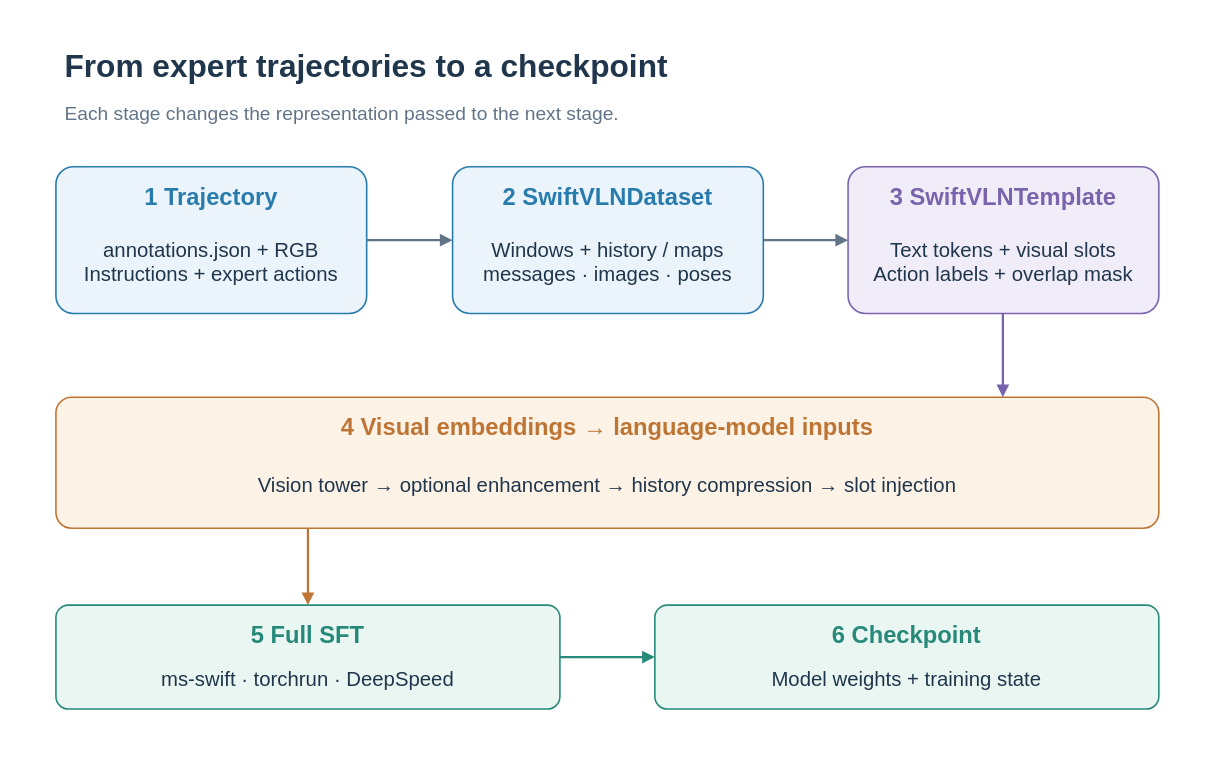
This is docs/assets/workflows/training-flow.en-US.drawio from Eku127/SwiftVLN, a draw.io file, before an edit. Source tidied: cells renumbered, new cells numbered last; positions are measured from the earlier drawing's top-left corner, leaving out a move shared by most shapes. Both pictures are drawn from the tidied source at 113%, with x=0, y=0 at pixel (19, 19).
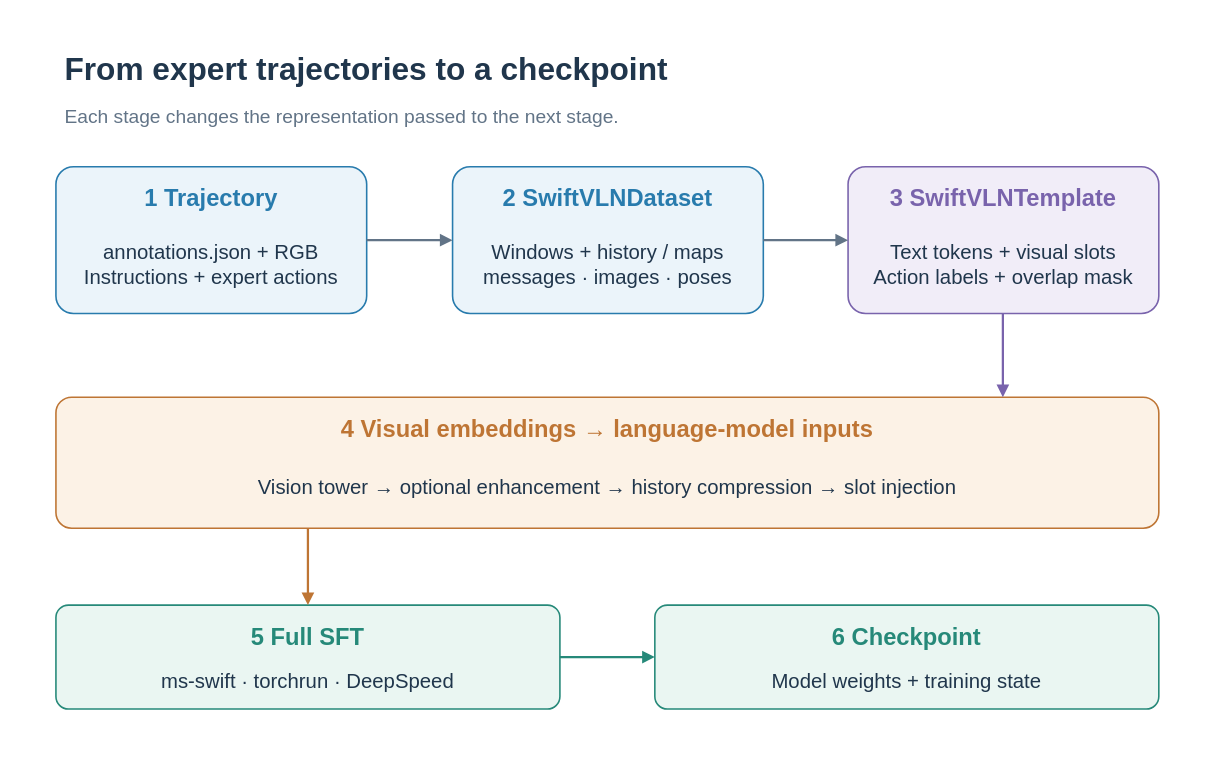
Above is the later version.

The edit, as a diff of the source:
```diff
@@
-    <mxCell id="2" style="rounded=0;arcSize=12;whiteSpace=wrap;html=0;fillColor=#FFFFFF;strokeColor=none;strokeWidth=1.4;fontColor=#20364C;fontFamily=Arial;fontSize=19;fontStyle=0;align=center;verticalAlign=middle;spacing=8;" parent="1" vertex="1">
+    <mxCell id="2" style="rounded=0;arcSize=12;whiteSpace=nowrap;html=0;fillColor=#FFFFFF;strokeColor=none;strokeWidth=1.4;fontColor=#20364C;fontFamily=Arial;fontSize=19;fontStyle=0;align=center;verticalAlign=middle;spacing=8;" parent="1" vertex="1">
       <mxGeometry width="1040" height="650" as="geometry" />
     </mxCell>
-    <mxCell id="3" value="From expert trajectories to a checkpoint" style="rounded=0;arcSize=12;whiteSpace=wrap;html=0;fillColor=none;strokeColor=none;strokeWidth=1.4;fontColor=#20364C;fontFamily=Arial;fontSize=28;fontStyle=1;align=left;verticalAlign=middle;spacing=8;" parent="1" vertex="1">
+    <mxCell id="3" value="From expert trajectories to a checkpoint" style="rounded=0;arcSize=12;whiteSpace=nowrap;html=0;fillColor=none;strokeColor=none;strokeWidth=1.4;fontColor=#20364C;fontFamily=Arial;fontSize=28;fontStyle=1;align=left;verticalAlign=middle;spacing=8;" parent="1" vertex="1">
       <mxGeometry x="32" y="22" width="970" height="38" as="geometry" />
     </mxCell>
-    <mxCell id="4" value="Each stage changes the representation passed to the next stage." style="rounded=0;arcSize=12;whiteSpace=wrap;html=0;fillColor=none;strokeColor=none;strokeWidth=1.4;fontColor=#627487;fontFamily=Arial;fontSize=17;fontStyle=0;align=left;verticalAlign=middle;spacing=8;" parent="1" vertex="1">
+    <mxCell id="4" value="Each stage changes the representation passed to the next stage." style="rounded=0;arcSize=12;whiteSpace=nowrap;html=0;fillColor=none;strokeColor=none;strokeWidth=1.4;fontColor=#627487;fontFamily=Arial;fontSize=17;fontStyle=0;align=left;verticalAlign=middle;spacing=8;" parent="1" vertex="1">
       <mxGeometry x="32" y="67" width="970" height="34" as="geometry" />
     </mxCell>
-    <mxCell id="5" style="rounded=1;arcSize=12;whiteSpace=wrap;html=0;fillColor=#EBF4FA;strokeColor=#287BAD;strokeWidth=1.4;fontColor=#20364C;fontFamily=Arial;fontSize=19;fontStyle=0;align=center;verticalAlign=middle;spacing=8;" parent="1" vertex="1">
+    <mxCell id="5" style="rounded=1;arcSize=12;whiteSpace=nowrap;html=0;fillColor=#EBF4FA;strokeColor=#287BAD;strokeWidth=1.4;fontColor=#20364C;fontFamily=Arial;fontSize=19;fontStyle=0;align=center;verticalAlign=middle;spacing=8;" parent="1" vertex="1">
       <mxGeometry x="32" y="130" width="275" height="130" as="geometry" />
     </mxCell>
-    <mxCell id="6" value="1  Trajectory" style="rounded=0;arcSize=12;whiteSpace=wrap;html=0;fillColor=none;strokeColor=none;strokeWidth=1.4;fontColor=#287BAD;fontFamily=Arial;fontSize=21;fontStyle=1;align=center;verticalAlign=middle;spacing=8;" parent="1" vertex="1">
+    <mxCell id="6" value="1  Trajectory" style="rounded=0;arcSize=12;whiteSpace=nowrap;html=0;fillColor=none;strokeColor=none;strokeWidth=1.4;fontColor=#287BAD;fontFamily=Arial;fontSize=21;fontStyle=1;align=center;verticalAlign=middle;spacing=8;" parent="1" vertex="1">
       <mxGeometry x="42" y="140" width="255" height="32" as="geometry" />
     </mxCell>
-    <mxCell id="7" value="annotations.json + RGB&#10;Instructions + expert actions" style="rounded=0;arcSize=12;whiteSpace=wrap;html=0;fillColor=none;strokeColor=none;strokeWidth=1.4;fontColor=#20364C;fontFamily=Arial;fontSize=18;fontStyle=0;align=center;verticalAlign=middle;spacing=8;" parent="1" vertex="1">
+    <mxCell id="7" value="annotations.json + RGB&#10;Instructions + expert actions" style="rounded=0;arcSize=12;whiteSpace=nowrap;html=0;fillColor=none;strokeColor=none;strokeWidth=1.4;fontColor=#20364C;fontFamily=Arial;fontSize=18;fontStyle=0;align=center;verticalAlign=middle;spacing=8;" parent="1" vertex="1">
       <mxGeometry x="42" y="176" width="255" height="78" as="geometry" />
     </mxCell>
-    <mxCell id="8" style="rounded=1;arcSize=12;whiteSpace=wrap;html=0;fillColor=#EBF4FA;strokeColor=#287BAD;strokeWidth=1.4;fontColor=#20364C;fontFamily=Arial;fontSize=19;fontStyle=0;align=center;verticalAlign=middle;spacing=8;" parent="1" vertex="1">
+    <mxCell id="8" style="rounded=1;arcSize=12;whiteSpace=nowrap;html=0;fillColor=#EBF4FA;strokeColor=#287BAD;strokeWidth=1.4;fontColor=#20364C;fontFamily=Arial;fontSize=19;fontStyle=0;align=center;verticalAlign=middle;spacing=8;" parent="1" vertex="1">
       <mxGeometry x="383" y="130" width="275" height="130" as="geometry" />
     </mxCell>
-    <mxCell id="9" value="2  SwiftVLNDataset" style="rounded=0;arcSize=12;whiteSpace=wrap;html=0;fillColor=none;strokeColor=none;strokeWidth=1.4;fontColor=#287BAD;fontFamily=Arial;fontSize=21;fontStyle=1;align=center;verticalAlign=middle;spacing=8;" parent="1" vertex="1">
+    <mxCell id="9" value="2  SwiftVLNDataset" style="rounded=0;arcSize=12;whiteSpace=nowrap;html=0;fillColor=none;strokeColor=none;strokeWidth=1.4;fontColor=#287BAD;fontFamily=Arial;fontSize=21;fontStyle=1;align=center;verticalAlign=middle;spacing=8;" parent="1" vertex="1">
       <mxGeometry x="393" y="140" width="255" height="32" as="geometry" />
     </mxCell>
-    <mxCell id="10" value="Windows + history / maps&#10;messages · images · poses" style="rounded=0;arcSize=12;whiteSpace=wrap;html=0;fillColor=none;strokeColor=none;strokeWidth=1.4;fontColor=#20364C;fontFamily=Arial;fontSize=18;fontStyle=0;align=center;verticalAlign=middle;spacing=8;" parent="1" vertex="1">
+    <mxCell id="10" value="Windows + history / maps&#10;messages · images · poses" style="rounded=0;arcSize=12;whiteSpace=nowrap;html=0;fillColor=none;strokeColor=none;strokeWidth=1.4;fontColor=#20364C;fontFamily=Arial;fontSize=18;fontStyle=0;align=center;verticalAlign=middle;spacing=8;" parent="1" vertex="1">
       <mxGeometry x="393" y="176" width="255" height="78" as="geometry" />
     </mxCell>
-    <mxCell id="11" style="rounded=1;arcSize=12;whiteSpace=wrap;html=0;fillColor=#F1EDF8;strokeColor=#7963AC;strokeWidth=1.4;fontColor=#20364C;fontFamily=Arial;fontSize=19;fontStyle=0;align=center;verticalAlign=middle;spacing=8;" parent="1" vertex="1">
+    <mxCell id="11" style="rounded=1;arcSize=12;whiteSpace=nowrap;html=0;fillColor=#F1EDF8;strokeColor=#7963AC;strokeWidth=1.4;fontColor=#20364C;fontFamily=Arial;fontSize=19;fontStyle=0;align=center;verticalAlign=middle;spacing=8;" parent="1" vertex="1">
       <mxGeometry x="733" y="130" width="275" height="130" as="geometry" />
     </mxCell>
-    <mxCell id="12" value="3  SwiftVLNTemplate" style="rounded=0;arcSize=12;whiteSpace=wrap;html=0;fillColor=none;strokeColor=none;strokeWidth=1.4;fontColor=#7963AC;fontFamily=Arial;fontSize=21;fontStyle=1;align=center;verticalAlign=middle;spacing=8;" parent="1" vertex="1">
+    <mxCell id="12" value="3  SwiftVLNTemplate" style="rounded=0;arcSize=12;whiteSpace=nowrap;html=0;fillColor=none;strokeColor=none;strokeWidth=1.4;fontColor=#7963AC;fontFamily=Arial;fontSize=21;fontStyle=1;align=center;verticalAlign=middle;spacing=8;" parent="1" vertex="1">
       <mxGeometry x="743" y="140" width="255" height="32" as="geometry" />
     </mxCell>
-    <mxCell id="13" value="Text tokens + visual slots&#10;Action labels + overlap mask" style="rounded=0;arcSize=12;whiteSpace=wrap;html=0;fillColor=none;strokeColor=none;strokeWidth=1.4;fontColor=#20364C;fontFamily=Arial;fontSize=18;fontStyle=0;align=center;verticalAlign=middle;spacing=8;" parent="1" vertex="1">
+    <mxCell id="13" value="Text tokens + visual slots&#10;Action labels + overlap mask" style="rounded=0;arcSize=12;whiteSpace=nowrap;html=0;fillColor=none;strokeColor=none;strokeWidth=1.4;fontColor=#20364C;fontFamily=Arial;fontSize=18;fontStyle=0;align=center;verticalAlign=middle;spacing=8;" parent="1" vertex="1">
       <mxGeometry x="743" y="176" width="255" height="78" as="geometry" />
     </mxCell>
@@
-    <mxCell id="16" style="rounded=1;arcSize=12;whiteSpace=wrap;html=0;fillColor=#FCF2E6;strokeColor=#BE7534;strokeWidth=1.4;fontColor=#20364C;fontFamily=Arial;fontSize=19;fontStyle=0;align=center;verticalAlign=middle;spacing=8;" parent="1" vertex="1">
+    <mxCell id="16" style="rounded=1;arcSize=12;whiteSpace=nowrap;html=0;fillColor=#FCF2E6;strokeColor=#BE7534;strokeWidth=1.4;fontColor=#20364C;fontFamily=Arial;fontSize=19;fontStyle=0;align=center;verticalAlign=middle;spacing=8;" parent="1" vertex="1">
       <mxGeometry x="32" y="334" width="976" height="116" as="geometry" />
     </mxCell>
-    <mxCell id="17" value="4  Visual embeddings → language-model inputs" style="rounded=0;arcSize=12;whiteSpace=wrap;html=0;fillColor=none;strokeColor=none;strokeWidth=1.4;fontColor=#BE7534;fontFamily=Arial;fontSize=21;fontStyle=1;align=center;verticalAlign=middle;spacing=8;" parent="1" vertex="1">
+    <mxCell id="17" value="4  Visual embeddings → language-model inputs" style="rounded=0;arcSize=12;whiteSpace=nowrap;html=0;fillColor=none;strokeColor=none;strokeWidth=1.4;fontColor=#BE7534;fontFamily=Arial;fontSize=21;fontStyle=1;align=center;verticalAlign=middle;spacing=8;" parent="1" vertex="1">
       <mxGeometry x="42" y="344" width="956" height="32" as="geometry" />
     </mxCell>
-    <mxCell id="18" value="Vision tower → optional enhancement → history compression → slot injection" style="rounded=0;arcSize=12;whiteSpace=wrap;html=0;fillColor=none;strokeColor=none;strokeWidth=1.4;fontColor=#20364C;fontFamily=Arial;fontSize=18;fontStyle=0;align=center;verticalAlign=middle;spacing=8;" parent="1" vertex="1">
+    <mxCell id="18" value="Vision tower → optional enhancement → history compression → slot injection" style="rounded=0;arcSize=12;whiteSpace=nowrap;html=0;fillColor=none;strokeColor=none;strokeWidth=1.4;fontColor=#20364C;fontFamily=Arial;fontSize=18;fontStyle=0;align=center;verticalAlign=middle;spacing=8;" parent="1" vertex="1">
       <mxGeometry x="42" y="380" width="956" height="64" as="geometry" />
     </mxCell>
@@
-    <mxCell id="20" style="rounded=1;arcSize=12;whiteSpace=wrap;html=0;fillColor=#EAF6F2;strokeColor=#268979;strokeWidth=1.4;fontColor=#20364C;fontFamily=Arial;fontSize=19;fontStyle=0;align=center;verticalAlign=middle;spacing=8;" parent="1" vertex="1">
+    <mxCell id="20" style="rounded=1;arcSize=12;whiteSpace=nowrap;html=0;fillColor=#EAF6F2;strokeColor=#268979;strokeWidth=1.4;fontColor=#20364C;fontFamily=Arial;fontSize=19;fontStyle=0;align=center;verticalAlign=middle;spacing=8;" parent="1" vertex="1">
       <mxGeometry x="32" y="518" width="446" height="92" as="geometry" />
     </mxCell>
-    <mxCell id="21" value="5  Full SFT" style="rounded=0;arcSize=12;whiteSpace=wrap;html=0;fillColor=none;strokeColor=none;strokeWidth=1.4;fontColor=#268979;fontFamily=Arial;fontSize=21;fontStyle=1;align=center;verticalAlign=middle;spacing=8;" parent="1" vertex="1">
+    <mxCell id="21" value="5  Full SFT" style="rounded=0;arcSize=12;whiteSpace=nowrap;html=0;fillColor=none;strokeColor=none;strokeWidth=1.4;fontColor=#268979;fontFamily=Arial;fontSize=21;fontStyle=1;align=center;verticalAlign=middle;spacing=8;" parent="1" vertex="1">
       <mxGeometry x="42" y="528" width="426" height="32" as="geometry" />
     </mxCell>
-    <mxCell id="22" value="ms-swift · torchrun · DeepSpeed" style="rounded=0;arcSize=12;whiteSpace=wrap;html=0;fillColor=none;strokeColor=none;strokeWidth=1.4;fontColor=#20364C;fontFamily=Arial;fontSize=18;fontStyle=0;align=center;verticalAlign=middle;spacing=8;" parent="1" vertex="1">
+    <mxCell id="22" value="ms-swift · torchrun · DeepSpeed" style="rounded=0;arcSize=12;whiteSpace=nowrap;html=0;fillColor=none;strokeColor=none;strokeWidth=1.4;fontColor=#20364C;fontFamily=Arial;fontSize=18;fontStyle=0;align=center;verticalAlign=middle;spacing=8;" parent="1" vertex="1">
       <mxGeometry x="42" y="564" width="426" height="40" as="geometry" />
     </mxCell>
-    <mxCell id="23" style="rounded=1;arcSize=12;whiteSpace=wrap;html=0;fillColor=#EAF6F2;strokeColor=#268979;strokeWidth=1.4;fontColor=#20364C;fontFamily=Arial;fontSize=19;fontStyle=0;align=center;verticalAlign=middle;spacing=8;" parent="1" vertex="1">
+    <mxCell id="23" style="rounded=1;arcSize=12;whiteSpace=nowrap;html=0;fillColor=#EAF6F2;strokeColor=#268979;strokeWidth=1.4;fontColor=#20364C;fontFamily=Arial;fontSize=19;fontStyle=0;align=center;verticalAlign=middle;spacing=8;" parent="1" vertex="1">
       <mxGeometry x="562" y="518" width="446" height="92" as="geometry" />
     </mxCell>
-    <mxCell id="24" value="6  Checkpoint" style="rounded=0;arcSize=12;whiteSpace=wrap;html=0;fillColor=none;strokeColor=none;strokeWidth=1.4;fontColor=#268979;fontFamily=Arial;fontSize=21;fontStyle=1;align=center;verticalAlign=middle;spacing=8;" parent="1" vertex="1">
+    <mxCell id="24" value="6  Checkpoint" style="rounded=0;arcSize=12;whiteSpace=nowrap;html=0;fillColor=none;strokeColor=none;strokeWidth=1.4;fontColor=#268979;fontFamily=Arial;fontSize=21;fontStyle=1;align=center;verticalAlign=middle;spacing=8;" parent="1" vertex="1">
       <mxGeometry x="572" y="528" width="426" height="32" as="geometry" />
     </mxCell>
-    <mxCell id="25" value="Model weights + training state" style="rounded=0;arcSize=12;whiteSpace=wrap;html=0;fillColor=none;strokeColor=none;strokeWidth=1.4;fontColor=#20364C;fontFamily=Arial;fontSize=18;fontStyle=0;align=center;verticalAlign=middle;spacing=8;" parent="1" vertex="1">
+    <mxCell id="25" value="Model weights + training state" style="rounded=0;arcSize=12;whiteSpace=nowrap;html=0;fillColor=none;strokeColor=none;strokeWidth=1.4;fontColor=#20364C;fontFamily=Arial;fontSize=18;fontStyle=0;align=center;verticalAlign=middle;spacing=8;" parent="1" vertex="1">
       <mxGeometry x="572" y="564" width="426" height="40" as="geometry" />
     </mxCell>
```
